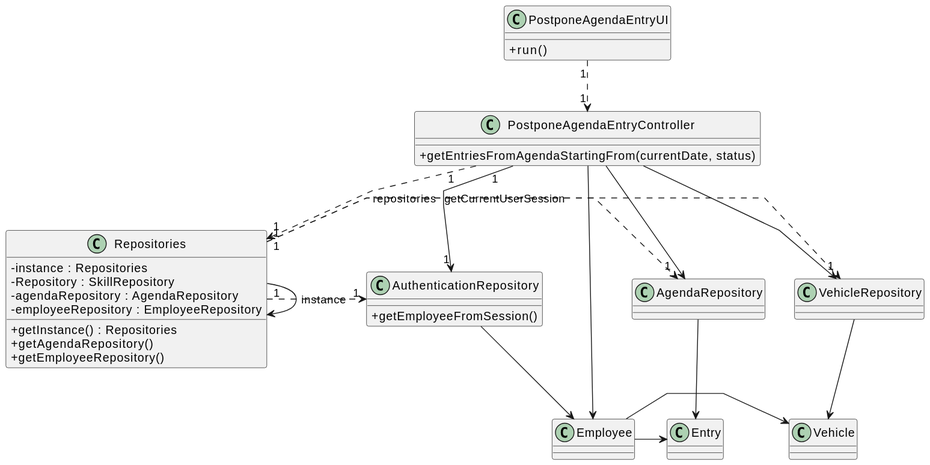
Earlier version of the PlantUML export docs/sprintC/us26/03.design/svg/us26-class-diagram.svg (Paulo-Pereira-at-ISEP/lei-24-s2-1nanb-g321).
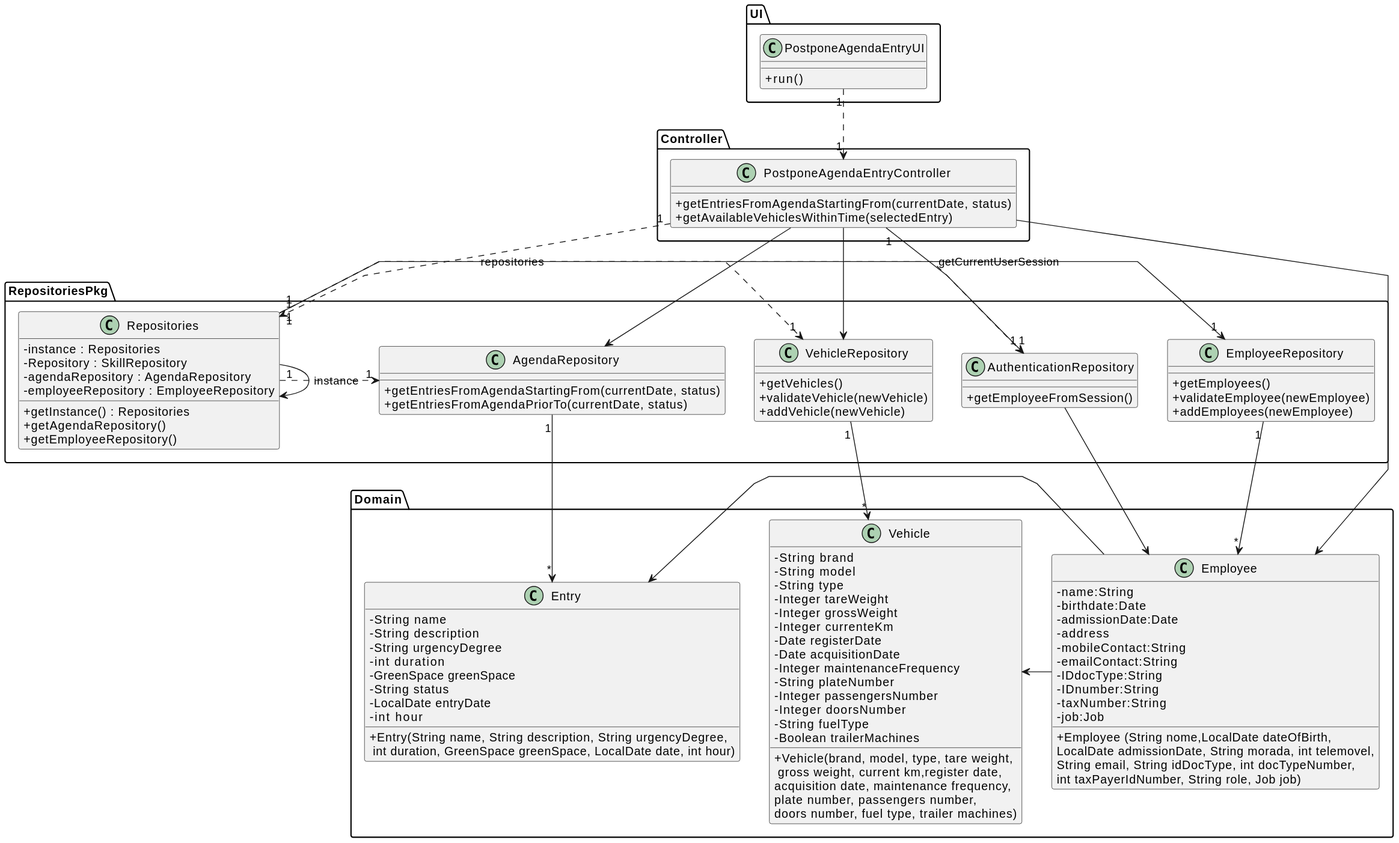
The same diagram one commit later.

Commit message:
LGGPM-205 - US26 - Design - CD and Docs update

Diff of the diagram source:
```diff
@@ -5,52 +5,102 @@
 
 skinparam classAttributeIconSize 0
 
-
-class PostponeAgendaEntryController {
-    +getEntriesFromAgendaStartingFrom(currentDate, status)
+Package Controller <<Folder>>{
+    class PostponeAgendaEntryController {
+        + getEntriesFromAgendaStartingFrom(currentDate, status)
+        + getAvailableVehiclesWithinTime(selectedEntry)
+    }
+}
+Package UI <<Folder>>{
+    class PostponeAgendaEntryUI {
+        +run()
+    }
 }
 
 
-class PostponeAgendaEntryUI {
-    +run()
+Package RepositoriesPkg <<Folder>>{
+    class Repositories{
+        - instance : Repositories
+        - Repository : SkillRepository
+        - agendaRepository : AgendaRepository
+        - employeeRepository : EmployeeRepository
+
+        + getInstance() : Repositories
+        + getAgendaRepository()
+        + getEmployeeRepository()
+    }
+
+    class AgendaRepository{
+        + getEntriesFromAgendaStartingFrom(currentDate, status)
+        + getEntriesFromAgendaPriorTo(currentDate, status)
+
+    }
+
+    class EmployeeRepository {
+
+        + getEmployees()
+        + validateEmployee(newEmployee)
+        + addEmployees(newEmployee)
+    }
+
+    class VehicleRepository{
+        + getVehicles()
+        + validateVehicle(newVehicle)
+        + addVehicle(newVehicle)
+    }
+
+    class AuthenticationRepository{
+        + getEmployeeFromSession()
+    }
 }
 
+Package Domain <<Folder>>{
+    class Entry {
+        - String name
+        - String description
+        - String urgencyDegree
+        - int duration
+        - GreenSpace greenSpace
+        - String status
+        - LocalDate entryDate
+        - int hour
+        + Entry(String name, String description, String urgencyDegree,\n int duration, GreenSpace greenSpace, LocalDate date, int hour)
+    }
 
-class Repositories{
-    - instance : Repositories
-    - Repository : SkillRepository
-    - agendaRepository : AgendaRepository
-    - employeeRepository : EmployeeRepository
+    class Vehicle {
+    - String brand
+        - String model
+        - String type
+        - Integer tareWeight
+        - Integer grossWeight
+        - Integer currenteKm
+        - Date registerDate
+        - Date acquisitionDate
+        - Integer maintenanceFrequency
+        - String plateNumber
+        - Integer passengersNumber
+        - Integer doorsNumber
+        - String fuelType
+        - Boolean trailerMachines
 
-    + getInstance() : Repositories
-    + getAgendaRepository()
-    + getEmployeeRepository()
+        + Vehicle(brand, model, type, tare weight,\n gross weight, current km,register date, \nacquisition date, maintenance frequency, \nplate number, passengers number,\ndoors number, fuel type, trailer machines)
+    }
+
+    class Employee {
+        -name:String
+        -birthdate:Date
+        -admissionDate:Date
+        -address
+        -mobileContact:String
+        -emailContact:String
+        -IDdocType:String
+        -IDnumber:String
+        -taxNumber:String
+        -job:Job
+
+        +Employee (String nome,LocalDate dateOfBirth,\nLocalDate admissionDate, String morada, int telemovel,\nString email, String idDocType, int docTypeNumber,\nint taxPayerIdNumber, String role, Job job)
+    }
 }
-
-class AgendaRepository{
-
-}
-
-class VehicleRepository{
-
-}
-
-class AuthenticationRepository{
-    + getEmployeeFromSession()
-}
-
-class Entry {
-
-}
-
-class Vehicle {
-
-}
-
-class Employee {
-
-}
-
 
 PostponeAgendaEntryUI "1" ..> "1" PostponeAgendaEntryController
 
@@ -61,9 +111,11 @@
 Repositories "1" .> "1" AgendaRepository
 Repositories "1" .> "1" VehicleRepository
 Repositories "1" .> "1" AuthenticationRepository
+Repositories "1" -> "1" EmployeeRepository
 
-AgendaRepository --> Entry
-VehicleRepository --> Vehicle
+EmployeeRepository "1" -> "*" Employee
+AgendaRepository"1" --> "*"Entry
+VehicleRepository"1" --> "*"Vehicle
 
 
 PostponeAgendaEntryController -> AgendaRepository
```
